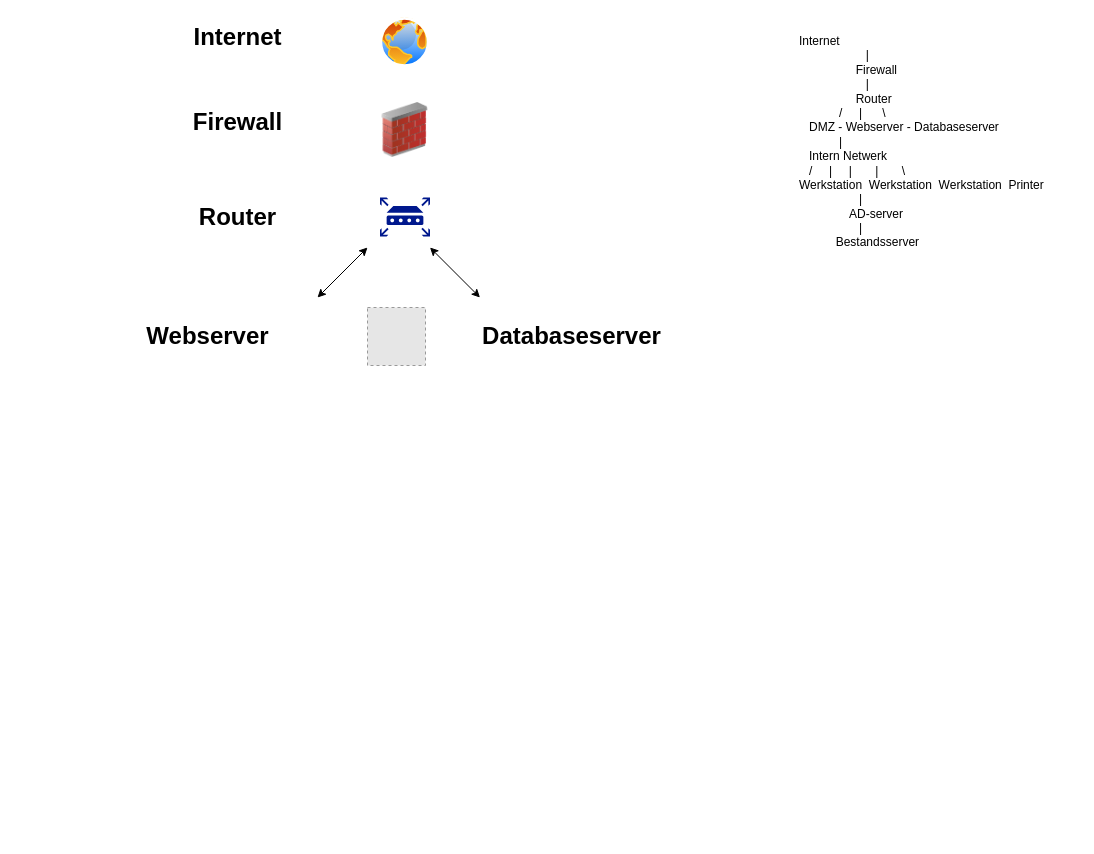
Denizgezik/Portfolio keeps this draw.io diagram as Network Diagram.drawio. Above is the earlier version. Source tidied: cells renumbered, new cells numbered last; positions are measured from the earlier drawing's top-left corner, leaving out a move shared by most shapes. Both pictures are drawn from the tidied source at 100%, with x=0, y=0 at pixel (157, 17). Pictures stored in the file or linked from it are replaced by grey dashed boxes.
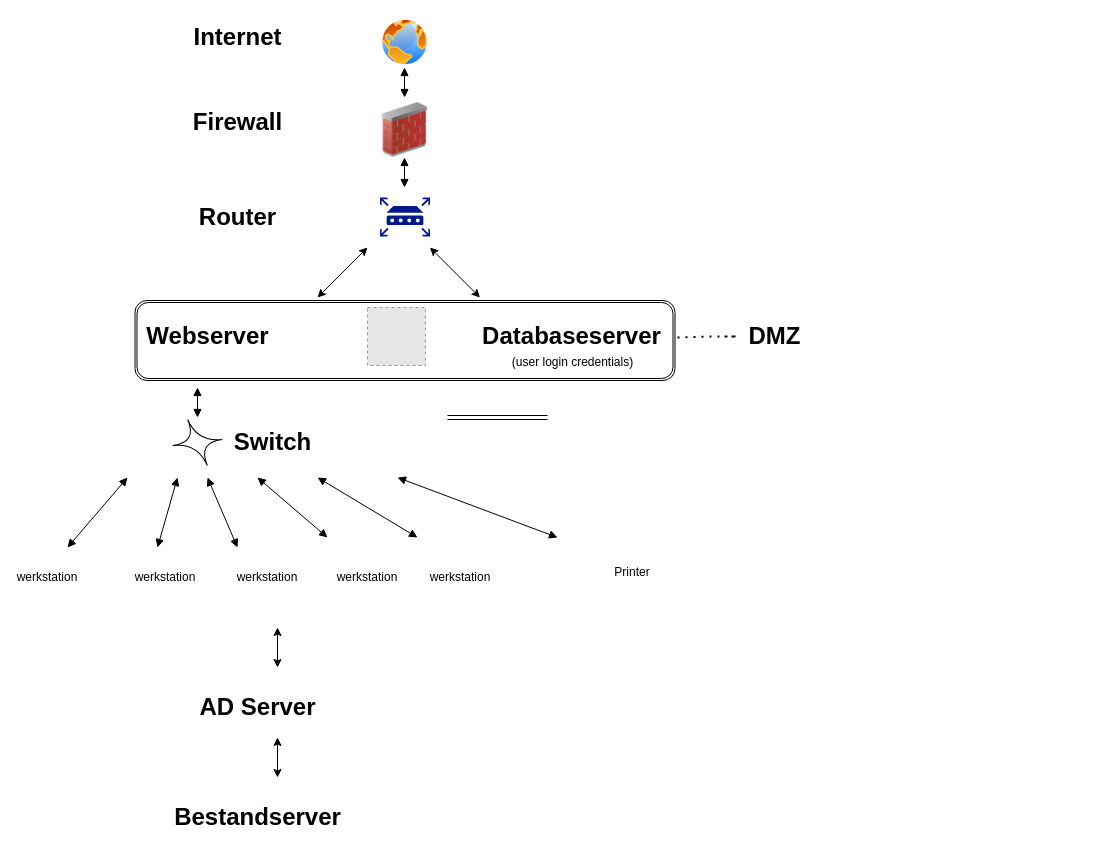
The same diagram, later.

Change to the diagram source:
```diff
@@
-    <mxCell id="2" value="Internet&#10;                    |&#10;                 Firewall&#10;                    |&#10;                 Router&#10;            /     |      \&#10;   DMZ - Webserver - Databaseserver&#10;            |&#10;   Intern Netwerk&#10;   /     |     |       |       \&#10;Werkstation  Werkstation  Werkstation  Printer&#10;                  |&#10;               AD-server&#10;                  |&#10;           Bestandsserver" style="text;whiteSpace=wrap;" parent="1" vertex="1">
-      <mxGeometry x="640" y="10" width="280" height="230" as="geometry" />
-    </mxCell>
+    <mxCell id="14" style="shape=ext;double=1;rounded=1;whiteSpace=wrap;html=1;" parent="1" vertex="1">
+      <mxGeometry x="-22.5" y="283" width="540" height="80" as="geometry" />
+    </mxCell>
@@
+    <mxCell id="15" value="DMZ" style="text;strokeColor=none;fillColor=none;html=1;fontSize=24;fontStyle=1;verticalAlign=middle;align=center;" parent="1" vertex="1">
+      <mxGeometry x="567" y="299" width="100" height="40" as="geometry" />
+    </mxCell>
+    <mxCell id="16" value="(user login credentials)" style="text;html=1;strokeColor=none;fillColor=none;align=center;verticalAlign=middle;whiteSpace=wrap;rounded=0;" parent="1" vertex="1">
+      <mxGeometry x="351" y="339" width="129" height="11" as="geometry" />
+    </mxCell>
+    <mxCell id="17" style="endArrow=block;startArrow=block;endFill=1;startFill=1;html=1;rounded=0;" parent="1" edge="1">
+      <mxGeometry relative="1" as="geometry">
+        <mxPoint x="247" y="80" as="sourcePoint" />
+        <mxPoint x="247" y="50" as="targetPoint" />
+      </mxGeometry>
+    </mxCell>
+    <mxCell id="18" style="endArrow=block;startArrow=block;endFill=1;startFill=1;html=1;rounded=0;" parent="1" edge="1">
+      <mxGeometry relative="1" as="geometry">
+        <mxPoint x="247" y="170" as="sourcePoint" />
+        <mxPoint x="247" y="140" as="targetPoint" />
+      </mxGeometry>
+    </mxCell>
+    <mxCell id="19" style="endArrow=block;startArrow=block;endFill=1;startFill=1;html=1;rounded=0;" parent="1" edge="1">
+      <mxGeometry relative="1" as="geometry">
+        <mxPoint x="40" y="400" as="sourcePoint" />
+        <mxPoint x="40" y="370" as="targetPoint" />
+      </mxGeometry>
+    </mxCell>
+    <mxCell id="20" style="shape=switch;whiteSpace=wrap;html=1;rotation=30;" parent="1" vertex="1">
+      <mxGeometry x="20" y="410" width="40" height="30" as="geometry" />
+    </mxCell>
+    <mxCell id="21" value="Switch" style="text;strokeColor=none;fillColor=none;html=1;fontSize=24;fontStyle=1;verticalAlign=middle;align=center;" parent="1" vertex="1">
+      <mxGeometry x="80" y="415" width="70" height="20" as="geometry" />
+    </mxCell>
+    <mxCell id="22" style="endArrow=block;startArrow=block;endFill=1;startFill=1;html=1;rounded=0;" parent="1" edge="1">
+      <mxGeometry relative="1" as="geometry">
+        <mxPoint y="530" as="sourcePoint" />
+        <mxPoint x="20" y="460" as="targetPoint" />
+      </mxGeometry>
+    </mxCell>
+    <mxCell id="23" style="endArrow=block;startArrow=block;endFill=1;startFill=1;html=1;rounded=0;" parent="1" edge="1">
+      <mxGeometry relative="1" as="geometry">
+        <mxPoint x="80" y="530" as="sourcePoint" />
+        <mxPoint x="50" y="460" as="targetPoint" />
+      </mxGeometry>
+    </mxCell>
+    <mxCell id="24" style="endArrow=block;startArrow=block;endFill=1;startFill=1;html=1;rounded=0;" parent="1" edge="1">
+      <mxGeometry relative="1" as="geometry">
+        <mxPoint x="-90" y="530" as="sourcePoint" />
+        <mxPoint x="-30" y="460" as="targetPoint" />
+      </mxGeometry>
+    </mxCell>
+    <mxCell id="25" value="werkstation&lt;br&gt;" style="text;html=1;strokeColor=none;fillColor=none;align=center;verticalAlign=middle;whiteSpace=wrap;rounded=0;" parent="1" vertex="1">
+      <mxGeometry x="-140" y="545" width="60" height="30" as="geometry" />
+    </mxCell>
+    <mxCell id="26" value="werkstation&lt;br&gt;" style="text;html=1;strokeColor=none;fillColor=none;align=center;verticalAlign=middle;whiteSpace=wrap;rounded=0;" parent="1" vertex="1">
+      <mxGeometry x="-22.5" y="545" width="60" height="30" as="geometry" />
+    </mxCell>
+    <mxCell id="27" value="werkstation&lt;br&gt;" style="text;html=1;strokeColor=none;fillColor=none;align=center;verticalAlign=middle;whiteSpace=wrap;rounded=0;" parent="1" vertex="1">
+      <mxGeometry x="272.5" y="545" width="60" height="30" as="geometry" />
+    </mxCell>
+    <mxCell id="28" value="werkstation&lt;br&gt;" style="text;html=1;strokeColor=none;fillColor=none;align=center;verticalAlign=middle;whiteSpace=wrap;rounded=0;" parent="1" vertex="1">
+      <mxGeometry x="80" y="545" width="60" height="30" as="geometry" />
+    </mxCell>
+    <mxCell id="29" value="werkstation&lt;br&gt;" style="text;html=1;strokeColor=none;fillColor=none;align=center;verticalAlign=middle;whiteSpace=wrap;rounded=0;" parent="1" vertex="1">
+      <mxGeometry x="180" y="545" width="60" height="30" as="geometry" />
+    </mxCell>
+    <mxCell id="30" style="endArrow=block;startArrow=block;endFill=1;startFill=1;html=1;rounded=0;" parent="1" edge="1">
+      <mxGeometry relative="1" as="geometry">
+        <mxPoint x="170" y="520" as="sourcePoint" />
+        <mxPoint x="100" y="460" as="targetPoint" />
+      </mxGeometry>
+    </mxCell>
+    <mxCell id="31" style="endArrow=block;startArrow=block;endFill=1;startFill=1;html=1;rounded=0;" parent="1" edge="1">
+      <mxGeometry relative="1" as="geometry">
+        <mxPoint x="260" y="520" as="sourcePoint" />
+        <mxPoint x="160" y="460" as="targetPoint" />
+      </mxGeometry>
+    </mxCell>
+    <mxCell id="32" style="endArrow=block;startArrow=block;endFill=1;startFill=1;html=1;rounded=0;" parent="1" edge="1">
+      <mxGeometry relative="1" as="geometry">
+        <mxPoint x="400" y="520" as="sourcePoint" />
+        <mxPoint x="240" y="460" as="targetPoint" />
+      </mxGeometry>
+    </mxCell>
+    <mxCell id="33" value="Printer" style="text;html=1;strokeColor=none;fillColor=none;align=center;verticalAlign=middle;whiteSpace=wrap;rounded=0;" parent="1" vertex="1">
+      <mxGeometry x="430" y="540" width="90" height="30" as="geometry" />
+    </mxCell>
+    <mxCell id="34" value="AD Server" style="text;strokeColor=none;fillColor=none;html=1;fontSize=24;fontStyle=1;verticalAlign=middle;align=center;" parent="1" vertex="1">
+      <mxGeometry x="50" y="670" width="100" height="40" as="geometry" />
+    </mxCell>
+    <mxCell id="35" value="Bestandserver" style="text;strokeColor=none;fillColor=none;html=1;fontSize=24;fontStyle=1;verticalAlign=middle;align=center;" parent="1" vertex="1">
+      <mxGeometry x="50" y="780" width="100" height="40" as="geometry" />
+    </mxCell>
+    <mxCell id="36" style="endArrow=classic;startArrow=classic;html=1;rounded=0;" parent="1" edge="1">
+      <mxGeometry relative="1" as="geometry">
+        <mxPoint x="120" y="760" as="sourcePoint" />
+        <mxPoint x="120" y="720" as="targetPoint" />
+      </mxGeometry>
+    </mxCell>
+    <mxCell id="37" style="endArrow=classic;startArrow=classic;html=1;rounded=0;" parent="1" edge="1">
+      <mxGeometry relative="1" as="geometry">
+        <mxPoint x="120" y="650" as="sourcePoint" />
+        <mxPoint x="120" y="610" as="targetPoint" />
+      </mxGeometry>
+    </mxCell>
+    <mxCell id="38" style="shape=link;html=1;rounded=0;" parent="1" edge="1">
+      <mxGeometry relative="1" as="geometry">
+        <mxPoint x="290" y="400" as="sourcePoint" />
+        <mxPoint x="390" y="400" as="targetPoint" />
+      </mxGeometry>
+    </mxCell>
+    <mxCell id="39" style="endArrow=none;dashed=1;html=1;dashPattern=1 3;strokeWidth=2;rounded=0;entryX=0;entryY=0.5;entryDx=0;entryDy=0;" parent="1" edge="1" target="15">
+      <mxGeometry relative="1" as="geometry">
+        <mxPoint x="520" y="320" as="sourcePoint" />
+        <Array as="points">
+          <mxPoint x="550" y="319" />
+          <mxPoint x="580" y="319" />
+        </Array>
+      </mxGeometry>
+    </mxCell>
```
